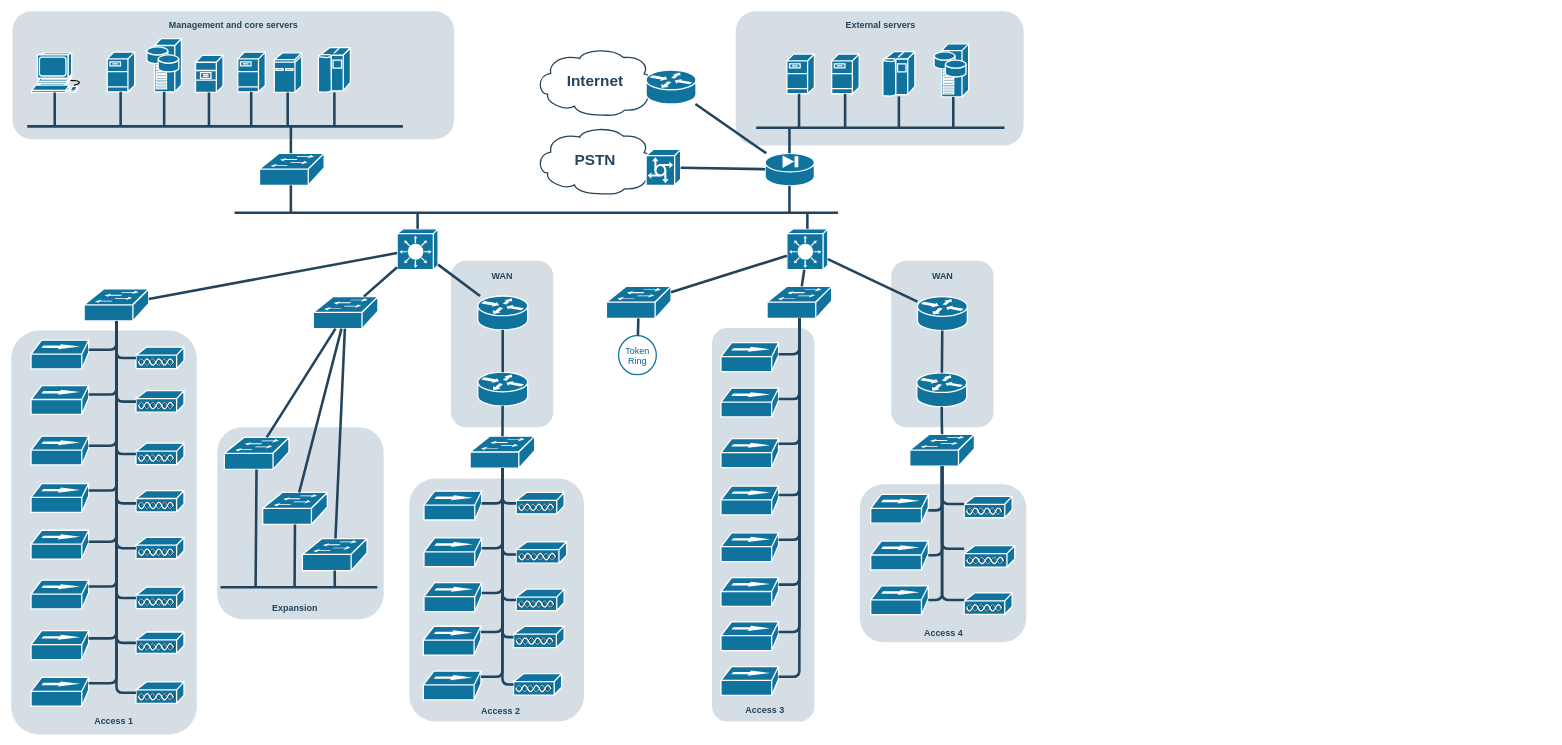
This is Diagramma senza titolo.drawio from Alfagov/Alfagov, a draw.io file, before an edit. Source tidied: cells renumbered, new cells numbered last; positions are measured from the earlier drawing's top-left corner, leaving out a move shared by most shapes. Both pictures are drawn from the tidied source at 64%, with x=0, y=0 at pixel (11, 11).
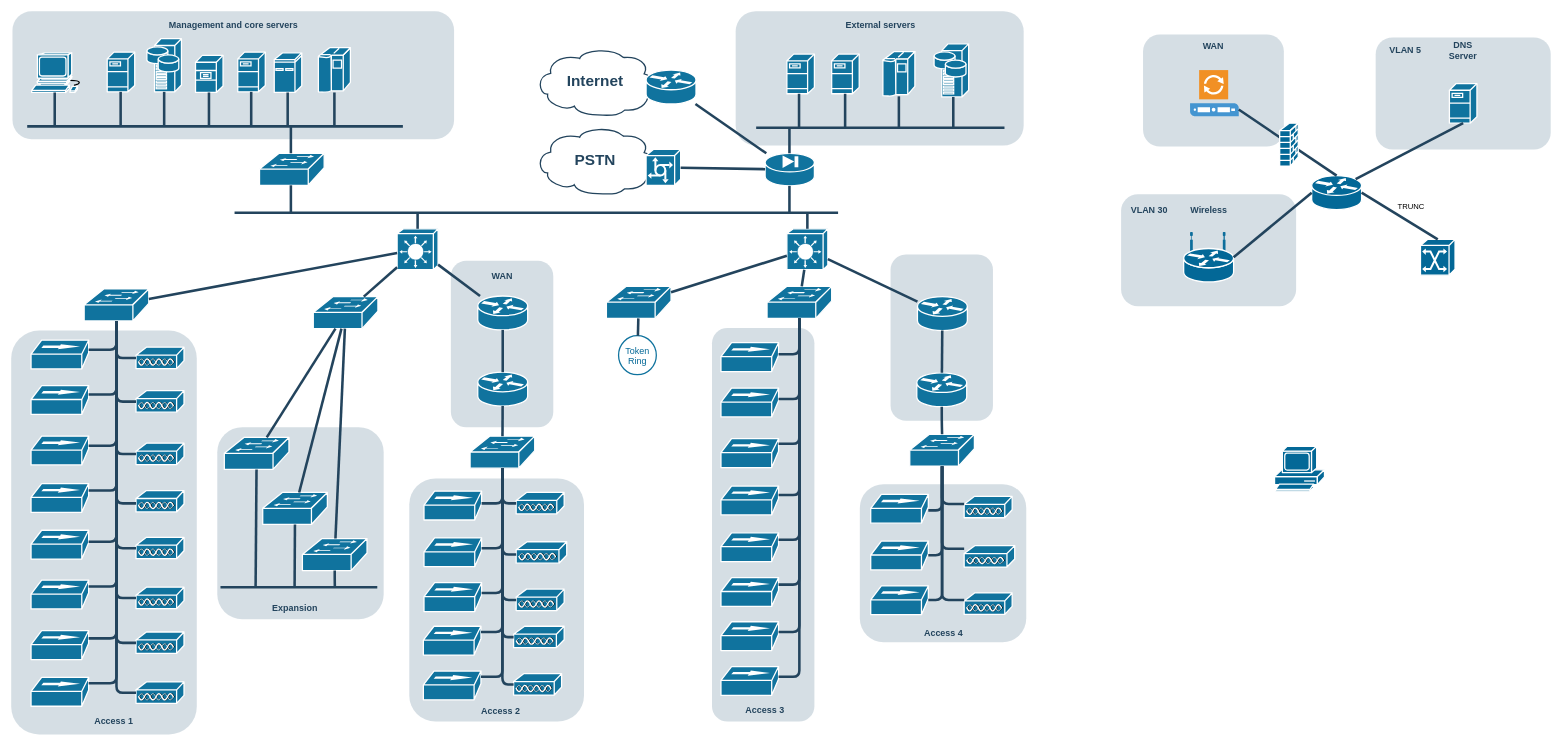
The same diagram, later.

Diff of the diagram source:
```diff
@@
+    <mxCell id="174" style="rounded=1;whiteSpace=wrap;html=1;strokeColor=none;fillColor=#BAC8D3;fontSize=24;fontColor=#23445D;align=center;opacity=60;" parent="1" vertex="1">
+      <mxGeometry x="1734.2" y="286" width="273.5" height="175" as="geometry" />
+    </mxCell>
@@
     <mxCell id="6" style="rounded=1;whiteSpace=wrap;html=1;strokeColor=none;fillColor=#BAC8D3;fontSize=24;fontColor=#23445D;align=center;opacity=60;" parent="1" vertex="1">
-      <mxGeometry x="1375" y="390" width="160" height="260" as="geometry" />
+      <mxGeometry x="1374" y="380" width="160" height="260" as="geometry" />
     </mxCell>
@@
-    <mxCell id="144" value="&lt;font color=&quot;#23445d&quot;&gt;WAN&lt;/font&gt;" style="rounded=1;whiteSpace=wrap;html=1;strokeColor=none;fillColor=none;fontSize=14;fontColor=#742B21;align=center;fontStyle=1;" parent="1" vertex="1">
-      <mxGeometry x="1419" y="404" width="73" height="19" as="geometry" />
-    </mxCell>
@@
+    <mxCell id="175" style="shape=mxgraph.cisco.routers.router;sketch=0;html=1;dashed=0;fillColor=#036897;strokeColor=#ffffff;strokeWidth=2;verticalLabelPosition=bottom;verticalAlign=top;align=center;outlineConnect=0;" parent="1" vertex="1">
+      <mxGeometry x="2032" y="257" width="78" height="53" as="geometry" />
+    </mxCell>
+    <mxCell id="176" style="rounded=1;whiteSpace=wrap;html=1;strokeColor=none;fillColor=#BAC8D3;fontSize=24;fontColor=#23445D;align=center;opacity=60;" parent="1" vertex="1">
+      <mxGeometry x="1768.5" y="36.5" width="220" height="175" as="geometry" />
+    </mxCell>
+    <mxCell id="177" style="shadow=0;dashed=0;html=1;strokeColor=none;fillColor=#4495D1;labelPosition=center;verticalLabelPosition=bottom;verticalAlign=top;align=center;outlineConnect=0;shape=mxgraph.veeam.proxy_server;" parent="1" vertex="1">
+      <mxGeometry x="1842" y="92" width="76" height="72" as="geometry" />
+    </mxCell>
+    <mxCell id="144" value="&lt;font color=&quot;#23445d&quot;&gt;WAN&lt;/font&gt;" style="rounded=1;whiteSpace=wrap;html=1;strokeColor=none;fillColor=none;fontSize=14;fontColor=#742B21;align=center;fontStyle=1;" parent="1" vertex="1">
+      <mxGeometry x="1842" y="45" width="73" height="19" as="geometry" />
+    </mxCell>
+    <mxCell id="178" style="edgeStyle=none;rounded=1;html=1;strokeColor=#23445D;endArrow=none;endFill=0;strokeWidth=4;entryX=0.5;entryY=0;entryDx=0;entryDy=0;entryPerimeter=0;" parent="1" edge="1" source="177" target="175">
+      <mxGeometry relative="1" as="geometry" />
+    </mxCell>
+    <mxCell id="179" style="shape=mxgraph.cisco.switches.atm_switch;sketch=0;html=1;dashed=0;fillColor=#036897;strokeColor=#ffffff;strokeWidth=2;verticalLabelPosition=bottom;verticalAlign=top;align=center;outlineConnect=0;" parent="1" vertex="1">
+      <mxGeometry x="2202" y="356.5" width="54" height="56" as="geometry" />
+    </mxCell>
+    <mxCell id="180" style="shape=mxgraph.cisco.computers_and_peripherals.pc;sketch=0;html=1;dashed=0;fillColor=#036897;strokeColor=#ffffff;strokeWidth=2;verticalLabelPosition=bottom;verticalAlign=top;align=center;" parent="1" vertex="1">
+      <mxGeometry x="1974" y="680" width="78" height="70" as="geometry" />
+    </mxCell>
+    <mxCell id="181" style="shape=mxgraph.cisco.security.firewall;sketch=0;html=1;dashed=0;fillColor=#036897;strokeColor=#ffffff;strokeWidth=2;verticalLabelPosition=bottom;verticalAlign=top;align=center;" parent="1" vertex="1">
+      <mxGeometry x="1982" y="175" width="29" height="67" as="geometry" />
+    </mxCell>
+    <mxCell id="182" style="shape=mxgraph.cisco.routers.wireless_router;sketch=0;html=1;dashed=0;fillColor=#036897;strokeColor=#ffffff;strokeWidth=2;verticalLabelPosition=bottom;verticalAlign=top;align=center;outlineConnect=0;" parent="1" vertex="1">
+      <mxGeometry x="1832" y="346" width="78" height="77" as="geometry" />
+    </mxCell>
+    <mxCell id="183" style="edgeStyle=none;rounded=1;html=1;strokeColor=#23445D;endArrow=none;endFill=0;strokeWidth=4;entryX=0;entryY=0.5;entryDx=0;entryDy=0;entryPerimeter=0;exitX=1;exitY=0.5;exitDx=0;exitDy=0;exitPerimeter=0;" parent="1" edge="1" source="182" target="175">
+      <mxGeometry relative="1" as="geometry" />
+    </mxCell>
+    <mxCell id="184" value="&lt;font color=&quot;#23445d&quot;&gt;Wireless&lt;/font&gt;" style="rounded=1;whiteSpace=wrap;html=1;strokeColor=none;fillColor=none;fontSize=14;fontColor=#742B21;align=center;fontStyle=1;" parent="1" vertex="1">
+      <mxGeometry x="1834.5" y="301" width="73" height="19" as="geometry" />
+    </mxCell>
+    <mxCell id="185" value="&lt;font color=&quot;#23445d&quot;&gt;VLAN 30&lt;/font&gt;" style="rounded=1;whiteSpace=wrap;html=1;strokeColor=none;fillColor=none;fontSize=14;fontColor=#742B21;align=center;fontStyle=1;" parent="1" vertex="1">
+      <mxGeometry x="1742" y="301" width="73" height="19" as="geometry" />
+    </mxCell>
+    <mxCell id="186" style="edgeStyle=none;rounded=1;html=1;strokeColor=#23445D;endArrow=none;endFill=0;strokeWidth=4;entryX=1;entryY=0.5;entryDx=0;entryDy=0;entryPerimeter=0;exitX=0.5;exitY=0;exitDx=0;exitDy=0;exitPerimeter=0;" parent="1" edge="1" source="179" target="175">
+      <mxGeometry relative="1" as="geometry" />
+    </mxCell>
+    <mxCell id="187" value="TRUNC" style="text;html=1;align=center;verticalAlign=middle;strokeColor=none;fillColor=none;" parent="1" vertex="1">
+      <mxGeometry x="2152" y="290" width="70" height="30" as="geometry" />
+    </mxCell>
+    <mxCell id="188" style="rounded=1;whiteSpace=wrap;html=1;strokeColor=none;fillColor=#BAC8D3;fontSize=24;fontColor=#23445D;align=center;opacity=60;" parent="1" vertex="1">
+      <mxGeometry x="2132" y="41" width="273.5" height="175" as="geometry" />
+    </mxCell>
+    <mxCell id="189" value="&lt;font color=&quot;#23445d&quot;&gt;DNS Server&lt;br&gt;&lt;/font&gt;" style="rounded=1;whiteSpace=wrap;html=1;strokeColor=none;fillColor=none;fontSize=14;fontColor=#742B21;align=center;fontStyle=1;" parent="1" vertex="1">
+      <mxGeometry x="2232.2" y="51" width="73" height="19" as="geometry" />
+    </mxCell>
+    <mxCell id="190" value="&lt;font color=&quot;#23445d&quot;&gt;VLAN 5&lt;/font&gt;" style="rounded=1;whiteSpace=wrap;html=1;strokeColor=none;fillColor=none;fontSize=14;fontColor=#742B21;align=center;fontStyle=1;" parent="1" vertex="1">
+      <mxGeometry x="2142" y="51" width="73" height="19" as="geometry" />
+    </mxCell>
+    <mxCell id="191" style="shape=mxgraph.cisco.servers.fileserver;html=1;dashed=0;fillColor=#10739E;strokeColor=#ffffff;strokeWidth=2;verticalLabelPosition=bottom;verticalAlign=top;fontFamily=Helvetica;fontSize=36;fontColor=#FFB366;" parent="1" vertex="1">
+      <mxGeometry x="2247.2" y="113" width="43" height="62" as="geometry" />
+    </mxCell>
+    <mxCell id="192" style="edgeStyle=none;rounded=1;html=1;strokeColor=#23445D;endArrow=none;endFill=0;strokeWidth=4;exitX=0.88;exitY=0.1;exitDx=0;exitDy=0;exitPerimeter=0;entryX=0.5;entryY=1;entryDx=0;entryDy=0;entryPerimeter=0;" parent="1" edge="1" source="175" target="191">
+      <mxGeometry relative="1" as="geometry" />
+    </mxCell>
```
